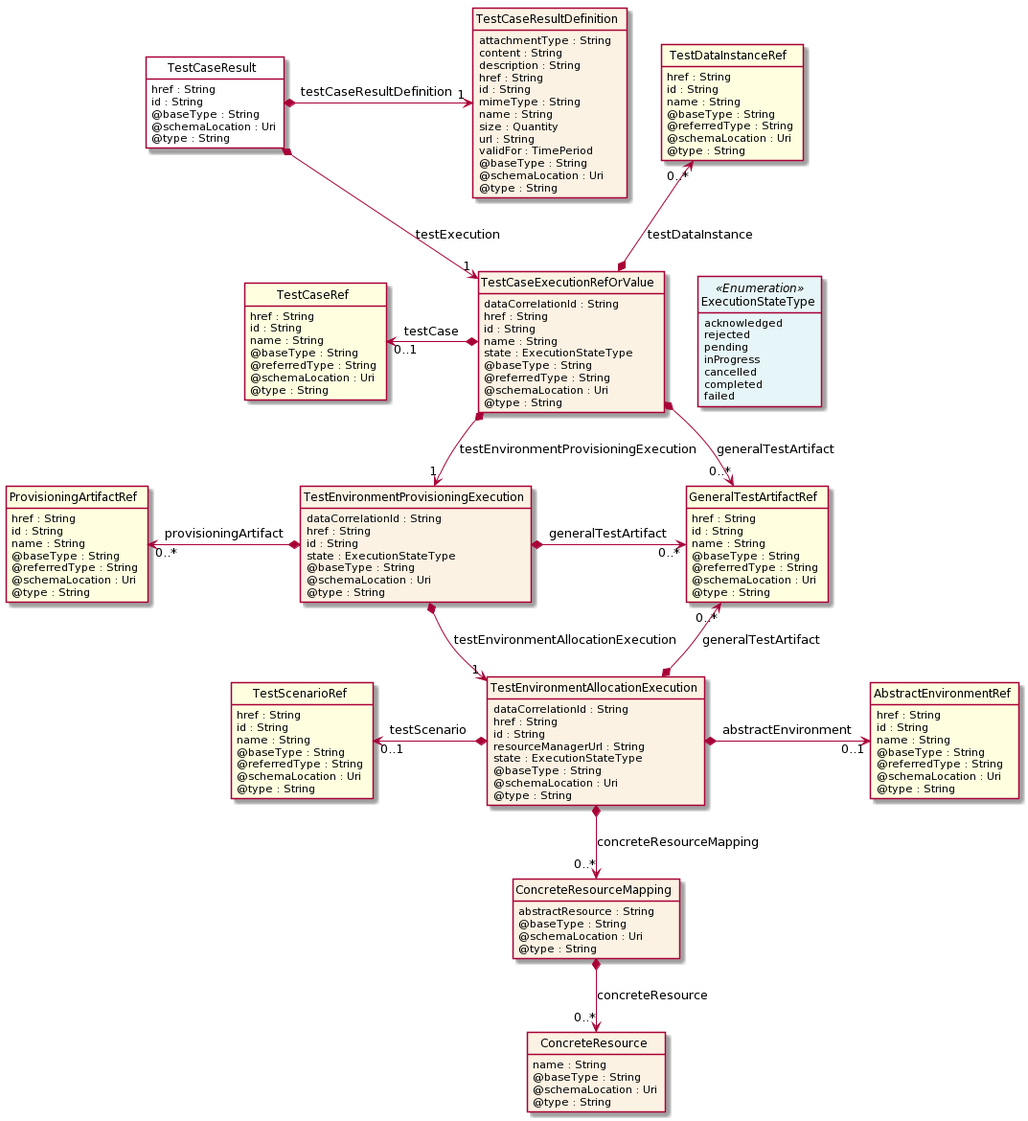
Above: apis/TMF707_Test_Result/documentation/diagrams/Resource_TestCaseResult.png in tmforum-apis/Open_Api_And_Data_Model (PlantUML), before the change.
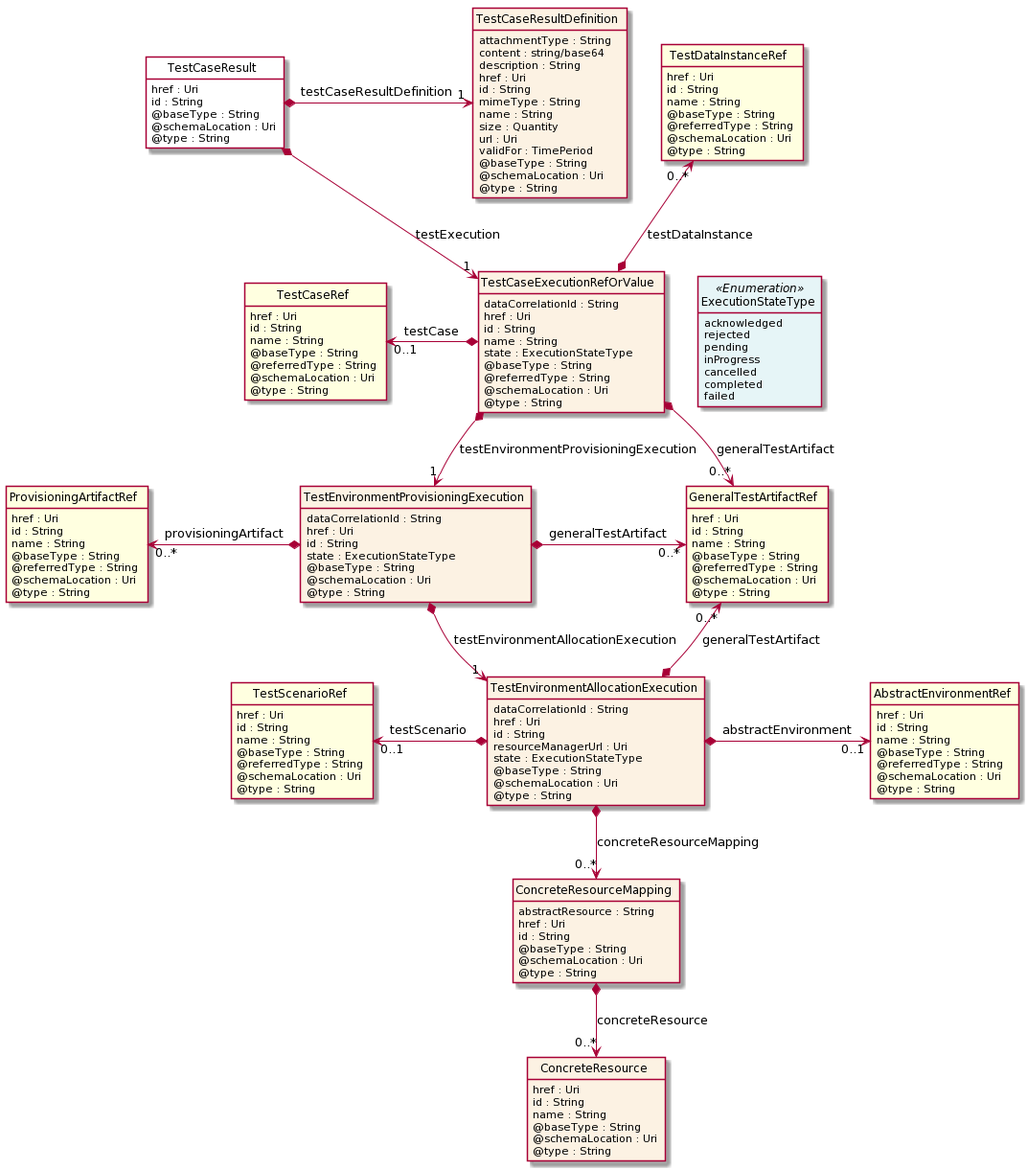
After the change.

Change to the diagram source:
```diff
@@ -11,7 +11,7 @@
 }
 
 class TestCaseResult  <<Pivot>> {
-    href : String
+    href : Uri
     id : String
     @baseType : String
     @schemaLocation : Uri
@@ -20,7 +20,7 @@
 
 class TestCaseExecutionRefOrValue  {
     dataCorrelationId : String
-    href : String
+    href : Uri
     id : String
     name : String
     state : ExecutionStateType
@@ -41,7 +41,7 @@
 }
 
 class GeneralTestArtifactRef  <<Ref>> {
-    href : String
+    href : Uri
     id : String
     name : String
     @baseType : String
@@ -52,7 +52,7 @@
 
 class TestEnvironmentProvisioningExecution  {
     dataCorrelationId : String
-    href : String
+    href : Uri
     id : String
     state : ExecutionStateType
     @baseType : String
@@ -61,7 +61,7 @@
 }
 
 class ProvisioningArtifactRef  <<Ref>> {
-    href : String
+    href : Uri
     id : String
     name : String
     @baseType : String
@@ -72,9 +72,9 @@
 
 class TestEnvironmentAllocationExecution  {
     dataCorrelationId : String
-    href : String
+    href : Uri
     id : String
-    resourceManagerUrl : String
+    resourceManagerUrl : Uri
     state : ExecutionStateType
     @baseType : String
     @schemaLocation : Uri
@@ -82,7 +82,7 @@
 }
 
 class AbstractEnvironmentRef  <<Ref>> {
-    href : String
+    href : Uri
     id : String
     name : String
     @baseType : String
@@ -92,7 +92,7 @@
 }
 
 class TestScenarioRef  <<Ref>> {
-    href : String
+    href : Uri
     id : String
     name : String
     @baseType : String
@@ -103,12 +103,16 @@
 
 class ConcreteResourceMapping  {
     abstractResource : String
+    href : Uri
+    id : String
     @baseType : String
     @schemaLocation : Uri
     @type : String
 }
 
 class ConcreteResource  {
+    href : Uri
+    id : String
     name : String
     @baseType : String
     @schemaLocation : Uri
@@ -116,7 +120,7 @@
 }
 
 class TestDataInstanceRef  <<Ref>> {
-    href : String
+    href : Uri
     id : String
     name : String
     @baseType : String
@@ -126,7 +130,7 @@
 }
 
 class TestCaseRef  <<Ref>> {
-    href : String
+    href : Uri
     id : String
     name : String
     @baseType : String
@@ -137,14 +141,14 @@
 
 class TestCaseResultDefinition  {
     attachmentType : String
-    content : String
+    content : string/base64
     description : String
-    href : String
+    href : Uri
     id : String
     mimeType : String
     name : String
     size : Quantity
-    url : String
+    url : Uri
     validFor : TimePeriod
     @baseType : String
     @schemaLocation : Uri
```
